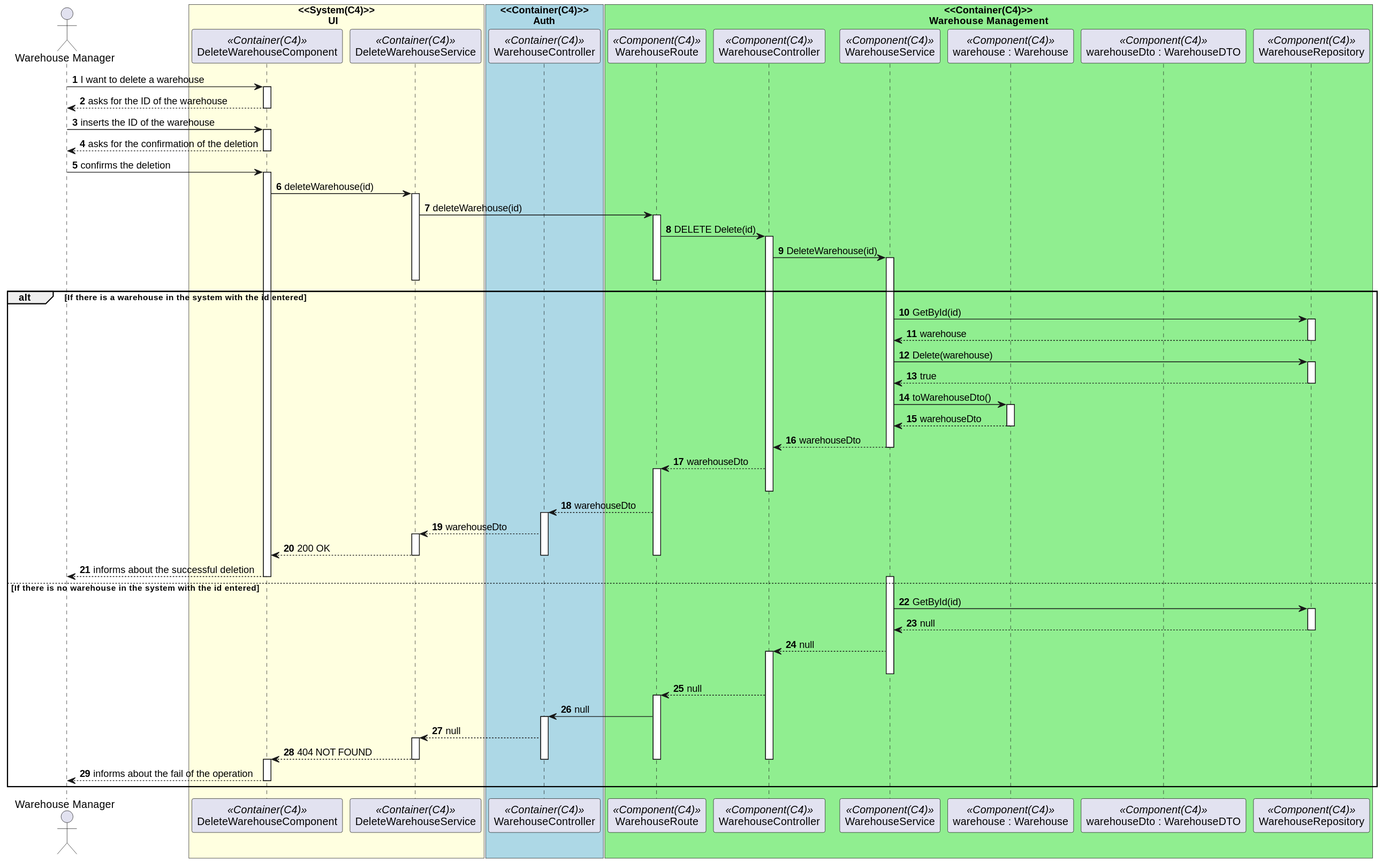
Above: Documents/1200720/US3.3.1-4.f/resources/DeleteWarehouseSD_N3.svg in 0franciscor/dei_3dj_057 (PlantUML), before the change. The source it was exported from:
```plantuml
@startuml
autonumber

actor "Warehouse Manager" as admin


box "<<System(C4)>>\n          UI" #LightYellow
participant DeleteWarehouseComponent as uiComponent <<Container(C4)>>
participant DeleteWarehouseService as uiService <<Container(C4)>>
box "<<Container(C4)>>\n           Auth" #LightBlue
participant WarehouseController as authController <<Container(C4)>>
box "     <<Container(C4)>>\nWarehouse Management" #LightGreen
participant WarehouseRoute as  WM <<Component(C4)>>
participant WarehouseController as  CTL <<Component(C4)>>
participant WarehouseService as  SV <<Component(C4)>>
participant "warehouse : Warehouse" as  W <<Component(C4)>>
participant "warehouseDto : WarehouseDTO" as  DTO <<Component(C4)>>
participant WarehouseRepository as  WR <<Component(C4)>>
end box
end box
admin -> uiComponent: I want to delete a warehouse
activate uiComponent

uiComponent --> admin: asks for the ID of the warehouse
deactivate uiComponent

admin -> uiComponent: inserts the ID of the warehouse
activate uiComponent

uiComponent --> admin: asks for the confirmation of the deletion
deactivate uiComponent


admin -> uiComponent: confirms the deletion
activate uiComponent

uiComponent -> uiService : deleteWarehouse(id)
activate uiService
uiService -> WM : deleteWarehouse(id)
activate WM
WM -> CTL : DELETE Delete(id)
activate CTL
CTL -> SV : DeleteWarehouse(id)
activate SV
deactivate WM
deactivate uiService

alt If there is a warehouse in the system with the id entered


SV -> WR : GetById(id)
activate WR
WR --> SV : warehouse
deactivate WR
SV -> WR : Delete(warehouse)
activate WR

WR --> SV : true
deactivate WR

SV -> W : toWarehouseDto()
activate W
W--> SV : warehouseDto
deactivate W
SV --> CTL : warehouseDto
deactivate SV
CTL --> WM : warehouseDto
activate WM
deactivate CTL
WM --> authController : warehouseDto
activate authController
authController --> uiService : warehouseDto
activate uiService
uiService --> uiComponent : 200 OK
deactivate uiService
deactivate authController
deactivate WM
uiComponent --> admin: informs about the successful deletion
deactivate uiComponent

else If there is no warehouse in the system with the id entered

activate SV
SV -> WR : GetById(id)
activate WR
WR --> SV : null
deactivate WR

SV --> CTL : null
activate CTL
deactivate SV
CTL --> WM : null
activate WM
WM -> authController : null
activate authController

authController --> uiService : null
activate uiService
uiService --> uiComponent : 404 NOT FOUND
deactivate uiService
deactivate authController
deactivate WM
deactivate CTL

activate uiComponent

uiComponent --> admin : informs about the fail of the operation

deactivate uiComponent


end

deactivate admin
@enduml
```
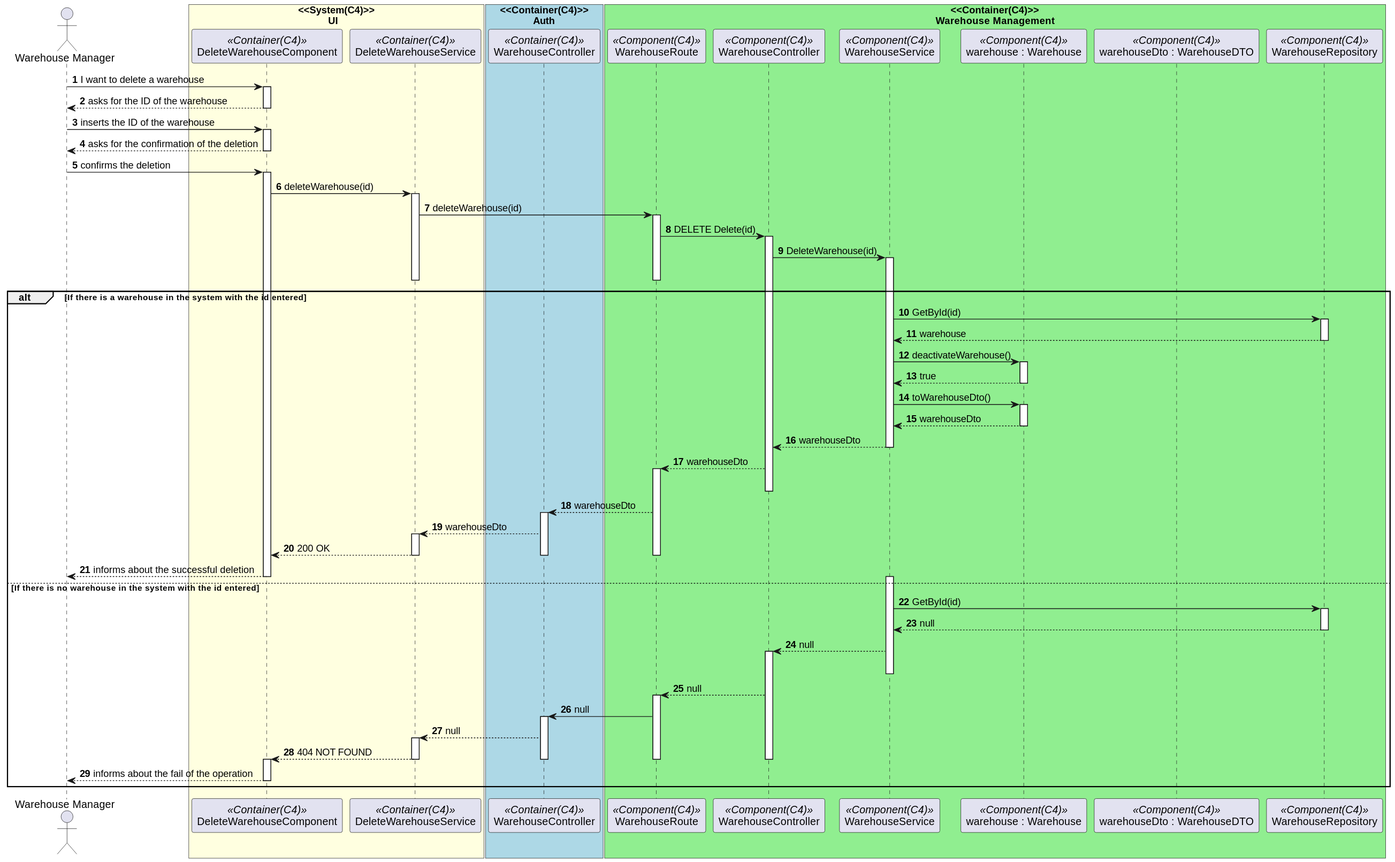
The same diagram one commit later.

The edit, as a diff of the source:
```diff
@@ -52,11 +52,11 @@
 activate WR
 WR --> SV : warehouse
 deactivate WR
-SV -> WR : Delete(warehouse)
-activate WR
+SV -> W : deactivateWarehouse()
+activate W
 
-WR --> SV : true
-deactivate WR
+W --> SV : true
+deactivate W
 
 SV -> W : toWarehouseDto()
 activate W
```
